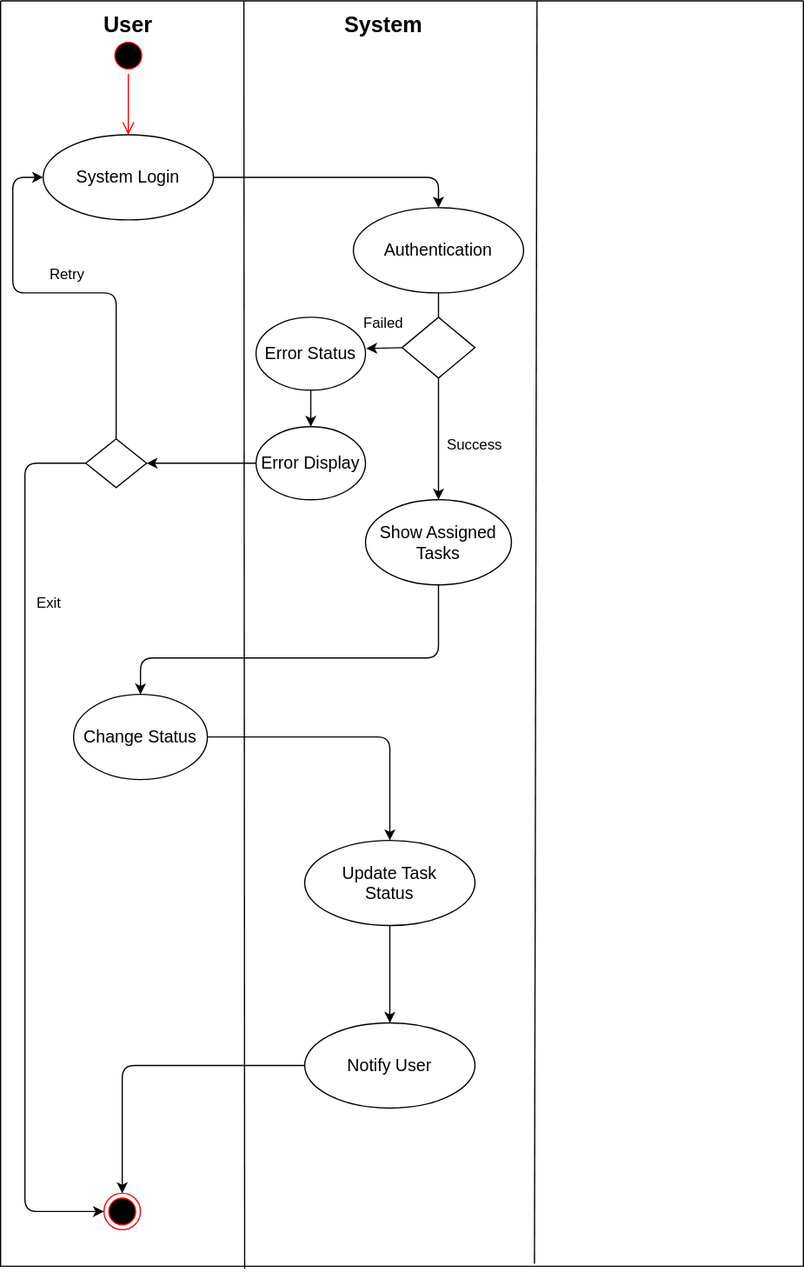
This is yukariUseCaseDiagram.drawio.svg from ivondrak/SWE2025, a draw.io export, as it was before one commit. Source tidied: cells renumbered, new cells last; positions are measured from the earlier drawing's top-left corner, leaving out a move shared by most shapes.
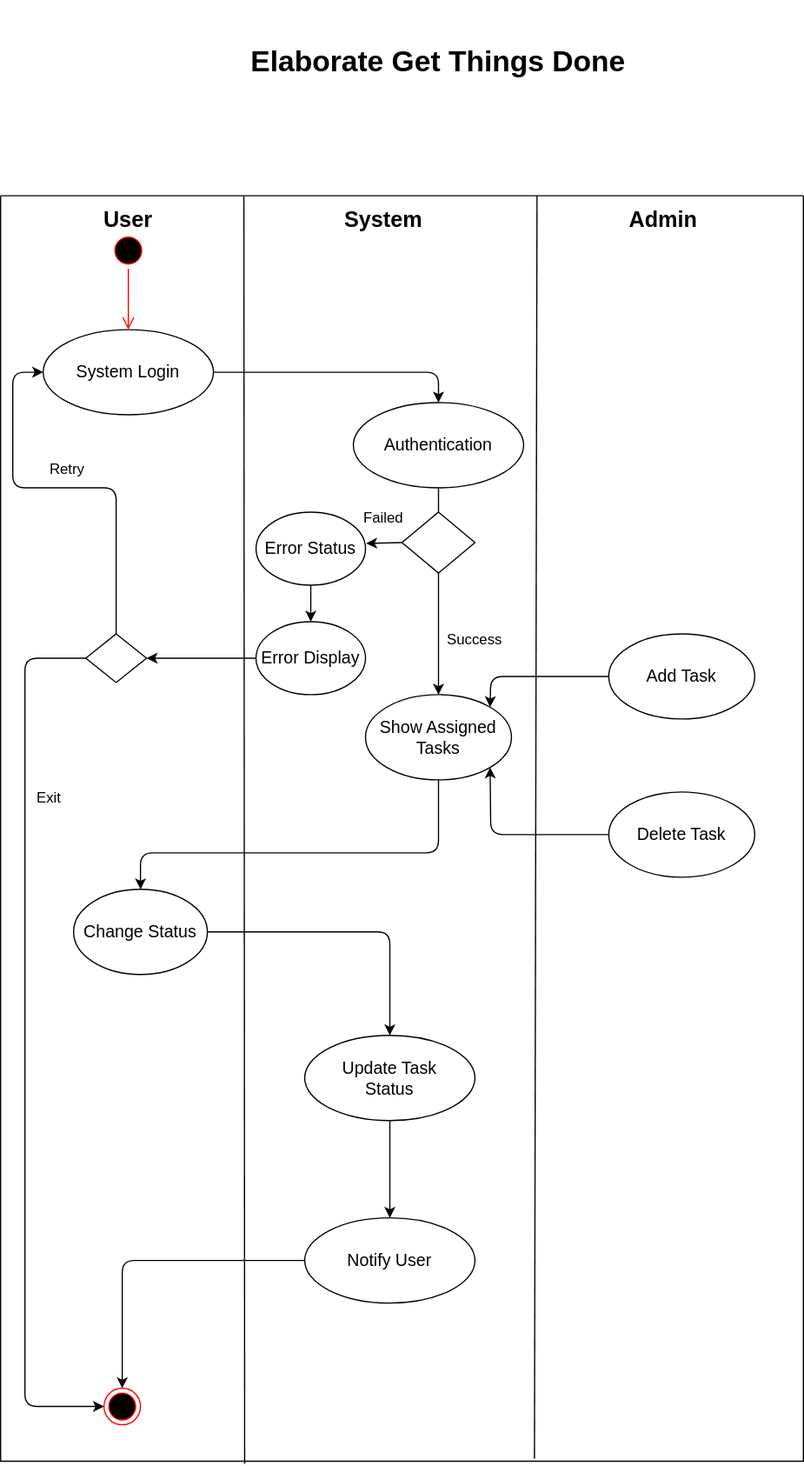
After the change.

Diff of the diagram source:
```diff
@@ -131,10 +131,39 @@
         </Array>
       </mxGeometry>
     </mxCell>
+    <mxCell id="36" value="&lt;span style=&quot;font-size: 18px;&quot;&gt;&lt;b&gt;Admin&lt;/b&gt;&lt;/span&gt;" style="text;html=1;align=center;verticalAlign=middle;whiteSpace=wrap;rounded=0;" parent="2" vertex="1">
+      <mxGeometry x="480" width="130" height="40" as="geometry" />
+    </mxCell>
+    <mxCell id="37" style="edgeStyle=none;html=1;entryX=1;entryY=1;entryDx=0;entryDy=0;" parent="2" edge="1" source="38" target="13">
+      <mxGeometry relative="1" as="geometry">
+        <Array as="points">
+          <mxPoint x="403" y="525" />
+        </Array>
+      </mxGeometry>
+    </mxCell>
+    <mxCell id="38" value="&lt;span style=&quot;font-size: 14px;&quot;&gt;Delete Task&lt;/span&gt;" style="ellipse;whiteSpace=wrap;html=1;" parent="2" vertex="1">
+      <mxGeometry x="500" y="490" width="120" height="70" as="geometry" />
+    </mxCell>
+    <mxCell id="39" style="edgeStyle=none;html=1;entryX=1;entryY=0;entryDx=0;entryDy=0;" parent="2" edge="1" source="40" target="13">
+      <mxGeometry relative="1" as="geometry">
+        <Array as="points">
+          <mxPoint x="403" y="395" />
+        </Array>
+      </mxGeometry>
+    </mxCell>
+    <mxCell id="40" value="&lt;span style=&quot;font-size: 14px;&quot;&gt;Add Task&lt;/span&gt;" style="ellipse;whiteSpace=wrap;html=1;" parent="2" vertex="1">
+      <mxGeometry x="500" y="360" width="120" height="70" as="geometry" />
+    </mxCell>
     <mxCell id="35" style="endArrow=none;html=1;exitX=0.304;exitY=1.002;exitDx=0;exitDy=0;exitPerimeter=0;" parent="1" edge="1" source="2">
       <mxGeometry relative="1" as="geometry">
         <mxPoint x="200" as="targetPoint" />
       </mxGeometry>
     </mxCell>
+    <mxCell id="41" value="&lt;h1 style=&quot;margin-top: 0px;&quot;&gt;&lt;br&gt;&lt;/h1&gt;" style="text;html=1;whiteSpace=wrap;overflow=hidden;rounded=0;" parent="1" vertex="1">
+      <mxGeometry x="220" y="-160" width="180" height="120" as="geometry" />
+    </mxCell>
+    <mxCell id="42" value="&lt;font style=&quot;font-size: 24px;&quot;&gt;&lt;b&gt;Elaborate Get Things Done&lt;/b&gt;&lt;/font&gt;" style="text;html=1;align=center;verticalAlign=middle;whiteSpace=wrap;rounded=0;" parent="1" vertex="1">
+      <mxGeometry x="190" y="-140" width="340" height="60" as="geometry" />
+    </mxCell>
   </root>
 </mxGraphModel>
```
